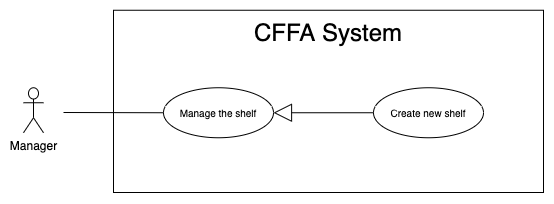
Before: Users/HuuDN/UsecaseDiagram/Manager/Overview-CreateShelf.png, a diagram exported from draw.io (luannmdev/CapstoneDocument). Source tidied: cells renumbered, new cells last; positions are measured from the earlier drawing's top-left corner, leaving out a move shared by most shapes.
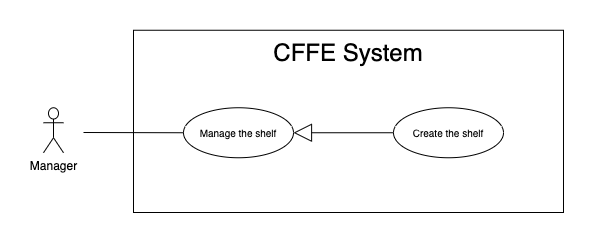
Later version of the same file.

What changed in the source:
```diff
@@ -5,7 +5,7 @@
     <mxCell id="2" style="rounded=0;whiteSpace=wrap;html=1;" parent="1" vertex="1">
       <mxGeometry x="90" y="-0.2" width="430" height="182.2" as="geometry" />
     </mxCell>
-    <mxCell id="3" value="&lt;span style=&quot;font-size: 24px&quot;&gt;CFFA System&lt;/span&gt;" style="text;html=1;strokeColor=none;fillColor=none;align=center;verticalAlign=middle;whiteSpace=wrap;rounded=0;" parent="1" vertex="1">
+    <mxCell id="3" value="&lt;span style=&quot;font-size: 24px&quot;&gt;CFFE System&lt;/span&gt;" style="text;html=1;strokeColor=none;fillColor=none;align=center;verticalAlign=middle;whiteSpace=wrap;rounded=0;" parent="1" vertex="1">
       <mxGeometry x="140" y="12" width="330" height="20" as="geometry" />
     </mxCell>
     <mxCell id="4" value="Manager" style="shape=umlActor;verticalLabelPosition=bottom;verticalAlign=top;html=1;" parent="1" vertex="1">
@@ -22,7 +22,7 @@
     <mxCell id="7" style="endArrow=block;endSize=16;endFill=0;html=1;exitX=0;exitY=0.5;exitDx=0;exitDy=0;" parent="1" edge="1" source="8" target="5">
       <mxGeometry relative="1" as="geometry" />
     </mxCell>
-    <mxCell id="8" value="&lt;font style=&quot;font-size: 10px&quot;&gt;Create new shelf&lt;br&gt;&lt;/font&gt;" style="ellipse;whiteSpace=wrap;html=1;fillColor=#ffffff;gradientColor=none;" parent="1" vertex="1">
+    <mxCell id="8" value="&lt;font style=&quot;font-size: 10px&quot;&gt;Create the shelf&lt;br&gt;&lt;/font&gt;" style="ellipse;whiteSpace=wrap;html=1;fillColor=#ffffff;gradientColor=none;" parent="1" vertex="1">
       <mxGeometry x="350" y="77.2" width="110" height="50" as="geometry" />
     </mxCell>
   </root>
```
